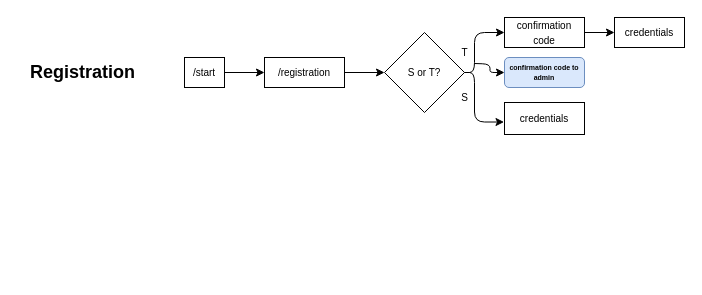
This is page "Scenarios" (2 of 2) of schema.drawio from StEvseeva/TG_Bot_lessons_mailing, a draw.io file, before an edit. Source tidied: cells renumbered, new cells numbered last; positions are measured from the earlier drawing's top-left corner, leaving out a move shared by most shapes. Both pictures are drawn from the tidied source at 100%, with x=0, y=0 at pixel (17, 17).
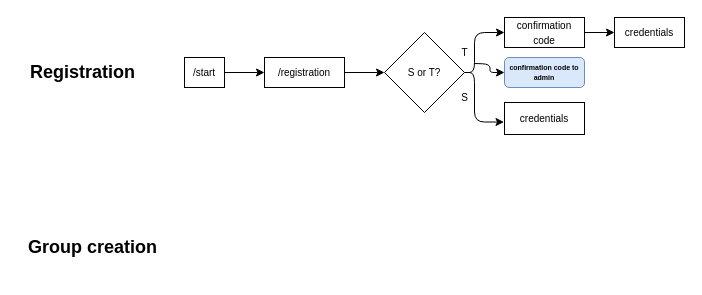
After the change.

The edit, as a diff of the source:
```diff
@@
+    <mxCell id="19" value="&lt;h2&gt;Group creation&lt;/h2&gt;" style="text;html=1;align=center;verticalAlign=middle;strokeColor=none;fillColor=none;" parent="1" vertex="1">
+      <mxGeometry y="200" width="150" height="60" as="geometry" />
+    </mxCell>
```
